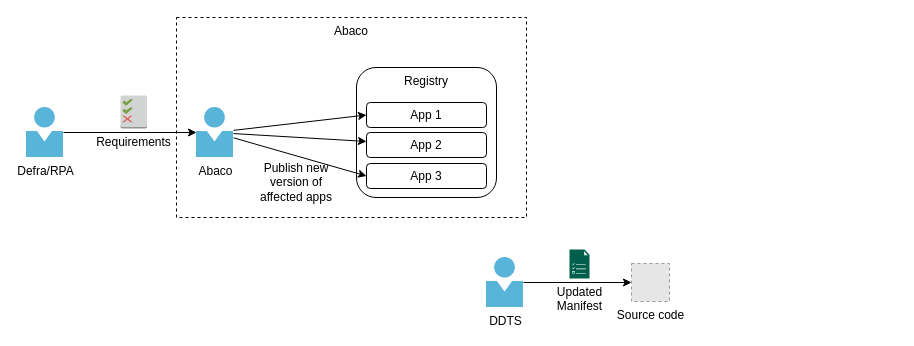
Earlier version of the draw.io diagram TCG/abaco-deployment.drawio (DEFRA/ffc-diagrams). Source tidied: cells renumbered, new cells numbered last; positions are measured from the earlier drawing's top-left corner, leaving out a move shared by most shapes. Both pictures are drawn from the tidied source at 100%, with x=0, y=0 at pixel (26, 17). Pictures stored in the file or linked from it are replaced by grey dashed boxes.
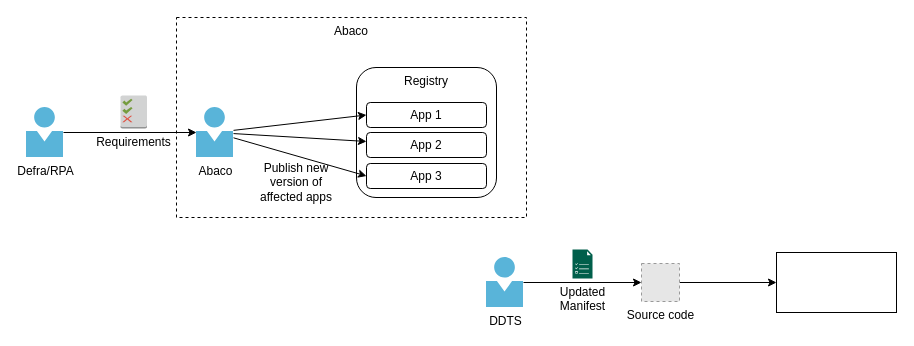
The same diagram, later.

Change to the diagram source:
```diff
@@
     <mxCell id="17" value="Updated&lt;br&gt;Manifest" style="sketch=0;shadow=0;dashed=0;html=1;strokeColor=none;fillColor=#005F4B;labelPosition=center;verticalLabelPosition=bottom;verticalAlign=top;align=center;shape=mxgraph.veeam2.task_list;" parent="1" vertex="1">
-      <mxGeometry x="543" y="232" width="20" height="29" as="geometry" />
+      <mxGeometry x="546" y="232" width="20" height="29" as="geometry" />
     </mxCell>
+    <mxCell id="19" style="edgeStyle=orthogonalEdgeStyle;rounded=0;jettySize=auto;html=1;" parent="1" edge="1" source="18" target="20">
+      <mxGeometry relative="1" as="geometry" />
+    </mxCell>
     <mxCell id="18" value="Source code" style="fillColor=#E6E6E6;strokeColor=#999999;dashed=1;html=1;verticalAlign=top;verticalLabelPosition=bottom;labelBackgroundColor=#ffffff;" parent="1" vertex="1">
-      <mxGeometry x="605" y="246" width="38" height="38" as="geometry" />
+      <mxGeometry x="615" y="246" width="38" height="38" as="geometry" />
     </mxCell>
+    <mxCell id="20" style="whiteSpace=wrap;html=1;verticalAlign=top;labelBackgroundColor=#ffffff;" parent="1" vertex="1">
+      <mxGeometry x="750" y="235" width="120" height="60" as="geometry" />
+    </mxCell>
```
